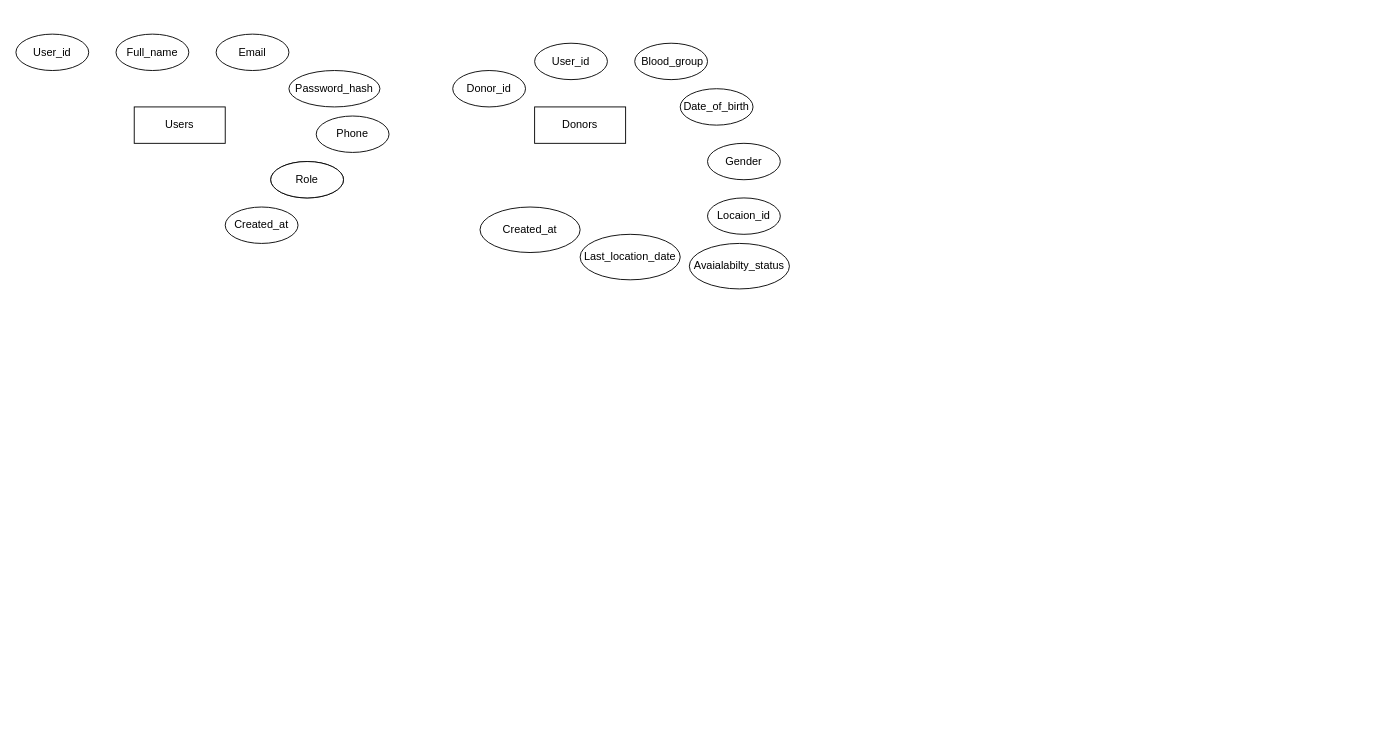
akalanka001/Uni_Works keeps this draw.io diagram as adbms.drawio. Above is the earlier version. Source tidied: cells renumbered, new cells numbered last; positions are measured from the earlier drawing's top-left corner, leaving out a move shared by most shapes. Both pictures are drawn from the tidied source at 91%, with x=0, y=0 at pixel (15, 34).
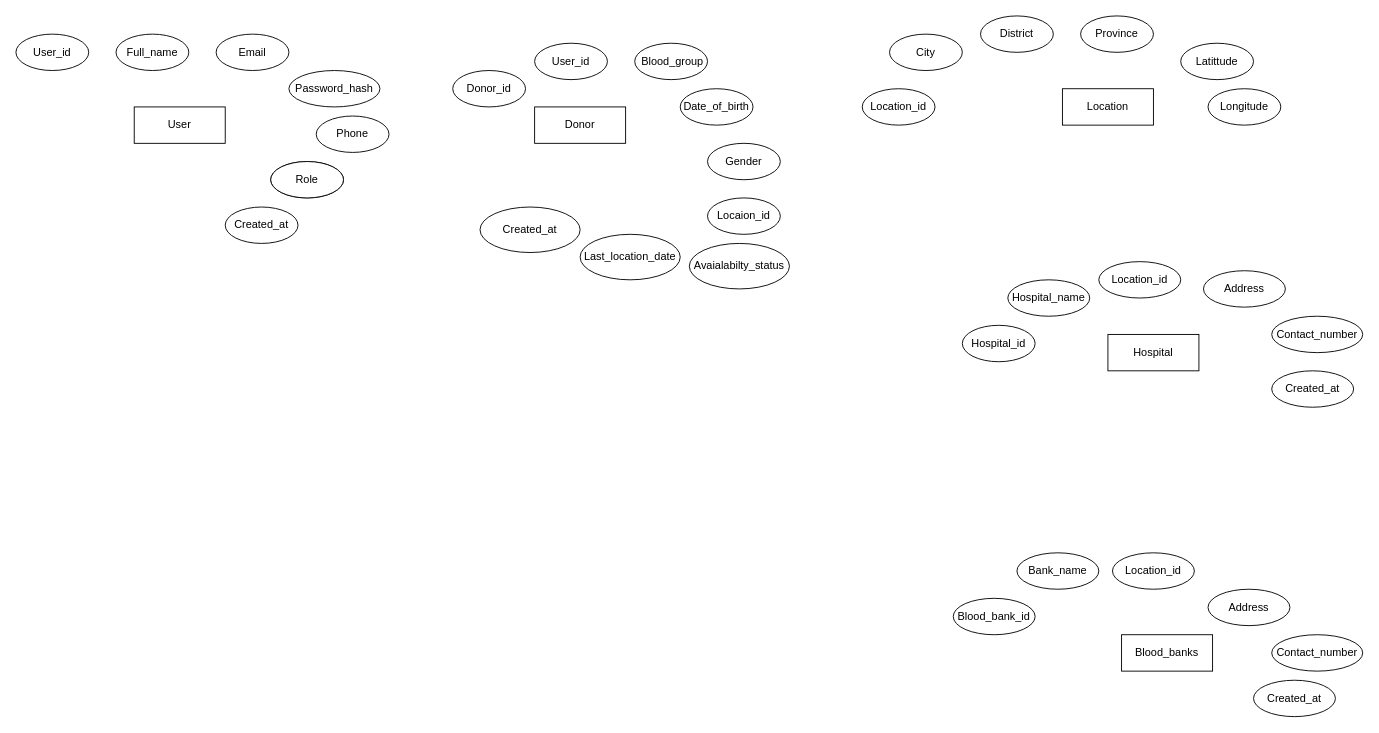
After the change.

What changed in the source:
```diff
@@
-    <mxCell id="2" value="Users" style="rounded=0;whiteSpace=wrap;html=1;" parent="1" vertex="1">
+    <mxCell id="2" value="User" style="rounded=0;whiteSpace=wrap;html=1;" parent="1" vertex="1">
       <mxGeometry x="130" y="80" width="100" height="40" as="geometry" />
     </mxCell>
@@
-    <mxCell id="11" value="Donors" style="rounded=0;whiteSpace=wrap;html=1;" parent="1" vertex="1">
+    <mxCell id="11" value="Donor" style="rounded=0;whiteSpace=wrap;html=1;" parent="1" vertex="1">
       <mxGeometry x="570" y="80" width="100" height="40" as="geometry" />
     </mxCell>
@@
+    <mxCell id="21" value="Location" style="rounded=0;whiteSpace=wrap;html=1;" parent="1" vertex="1">
+      <mxGeometry x="1150" y="60" width="100" height="40" as="geometry" />
+    </mxCell>
+    <mxCell id="22" value="Location_id" style="ellipse;whiteSpace=wrap;html=1;shapeInside=1;" parent="1" vertex="1">
+      <mxGeometry x="930" y="60" width="80" height="40" as="geometry" />
+    </mxCell>
+    <mxCell id="23" value="City" style="ellipse;whiteSpace=wrap;html=1;shapeInside=1;" parent="1" vertex="1">
+      <mxGeometry x="960" width="80" height="40" as="geometry" />
+    </mxCell>
+    <mxCell id="24" value="District" style="ellipse;whiteSpace=wrap;html=1;shapeInside=1;" parent="1" vertex="1">
+      <mxGeometry x="1060" y="-20" width="80" height="40" as="geometry" />
+    </mxCell>
+    <mxCell id="25" value="Province" style="ellipse;whiteSpace=wrap;html=1;shapeInside=1;" parent="1" vertex="1">
+      <mxGeometry x="1170" y="-20" width="80" height="40" as="geometry" />
+    </mxCell>
+    <mxCell id="26" value="Latittude" style="ellipse;whiteSpace=wrap;html=1;shapeInside=1;" parent="1" vertex="1">
+      <mxGeometry x="1280" y="10" width="80" height="40" as="geometry" />
+    </mxCell>
+    <mxCell id="27" value="Longitude" style="ellipse;whiteSpace=wrap;html=1;shapeInside=1;" parent="1" vertex="1">
+      <mxGeometry x="1310" y="60" width="80" height="40" as="geometry" />
+    </mxCell>
+    <mxCell id="28" value="Hospital" style="rounded=0;whiteSpace=wrap;html=1;" parent="1" vertex="1">
+      <mxGeometry x="1200" y="330" width="100" height="40" as="geometry" />
+    </mxCell>
+    <mxCell id="29" value="Hospital_id" style="ellipse;whiteSpace=wrap;html=1;shapeInside=1;" parent="1" vertex="1">
+      <mxGeometry x="1040" y="320" width="80" height="40" as="geometry" />
+    </mxCell>
+    <mxCell id="30" value="Hospital_name" style="ellipse;whiteSpace=wrap;html=1;shapeInside=1;" parent="1" vertex="1">
+      <mxGeometry x="1090" y="270" width="90" height="40" as="geometry" />
+    </mxCell>
+    <mxCell id="31" value="Location_id" style="ellipse;whiteSpace=wrap;html=1;shapeInside=1;" parent="1" vertex="1">
+      <mxGeometry x="1190" y="250" width="90" height="40" as="geometry" />
+    </mxCell>
+    <mxCell id="32" value="Address" style="ellipse;whiteSpace=wrap;html=1;shapeInside=1;" parent="1" vertex="1">
+      <mxGeometry x="1305" y="260" width="90" height="40" as="geometry" />
+    </mxCell>
+    <mxCell id="33" value="Contact_number" style="ellipse;whiteSpace=wrap;html=1;shapeInside=1;" parent="1" vertex="1">
+      <mxGeometry x="1380" y="310" width="100" height="40" as="geometry" />
+    </mxCell>
+    <mxCell id="34" value="Created_at" style="ellipse;whiteSpace=wrap;html=1;shapeInside=1;" parent="1" vertex="1">
+      <mxGeometry x="1380" y="370" width="90" height="40" as="geometry" />
+    </mxCell>
+    <mxCell id="35" value="Blood_banks" style="rounded=0;whiteSpace=wrap;html=1;" parent="1" vertex="1">
+      <mxGeometry x="1215" y="660" width="100" height="40" as="geometry" />
+    </mxCell>
+    <mxCell id="36" value="Blood_bank_id" style="ellipse;whiteSpace=wrap;html=1;shapeInside=1;" parent="1" vertex="1">
+      <mxGeometry x="1030" y="620" width="90" height="40" as="geometry" />
+    </mxCell>
+    <mxCell id="37" value="Bank_name" style="ellipse;whiteSpace=wrap;html=1;shapeInside=1;" parent="1" vertex="1">
+      <mxGeometry x="1100" y="570" width="90" height="40" as="geometry" />
+    </mxCell>
+    <mxCell id="38" value="Location_id" style="ellipse;whiteSpace=wrap;html=1;shapeInside=1;" parent="1" vertex="1">
+      <mxGeometry x="1205" y="570" width="90" height="40" as="geometry" />
+    </mxCell>
+    <mxCell id="39" value="Address" style="ellipse;whiteSpace=wrap;html=1;shapeInside=1;" parent="1" vertex="1">
+      <mxGeometry x="1310" y="610" width="90" height="40" as="geometry" />
+    </mxCell>
+    <mxCell id="40" value="Contact_number" style="ellipse;whiteSpace=wrap;html=1;shapeInside=1;" parent="1" vertex="1">
+      <mxGeometry x="1380" y="660" width="100" height="40" as="geometry" />
+    </mxCell>
+    <mxCell id="41" value="Created_at" style="ellipse;whiteSpace=wrap;html=1;shapeInside=1;" parent="1" vertex="1">
+      <mxGeometry x="1360" y="710" width="90" height="40" as="geometry" />
+    </mxCell>
```
